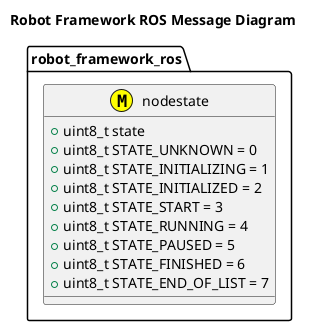
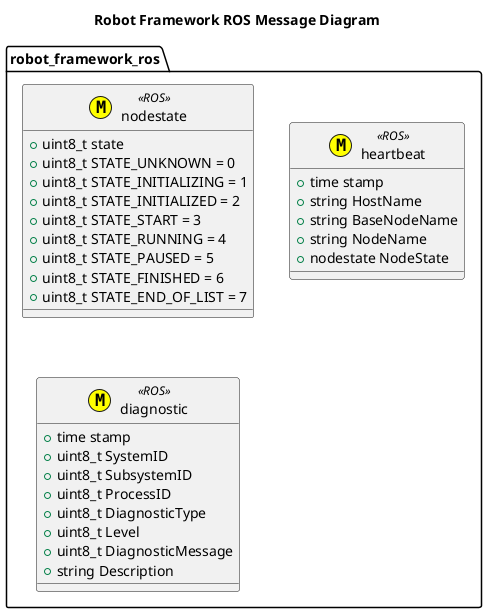
@startuml
title Robot Framework ROS Message Diagram
namespace robot_framework_ros {
-     class nodestate <<(M,#FFFF00)>> {
+     class nodestate <<(M,#FFFF00)>> <<ROS>> {
        +uint8_t state
        +uint8_t STATE_UNKNOWN = 0
        +uint8_t STATE_INITIALIZING = 1
        +uint8_t STATE_INITIALIZED = 2
        +uint8_t STATE_START = 3
        +uint8_t STATE_RUNNING = 4
        +uint8_t STATE_PAUSED = 5
        +uint8_t STATE_FINISHED = 6
        +uint8_t STATE_END_OF_LIST = 7
    }
+     class heartbeat <<(M,#FFFF00)>> <<ROS>> {
+         +time stamp
+         +string HostName
+         +string BaseNodeName
+         +string NodeName
+         +nodestate NodeState
+     }
+     class diagnostic <<(M,#FFFF00)>> <<ROS>> {
+         +time stamp
+         +uint8_t SystemID
+         +uint8_t SubsystemID
+         +uint8_t ProcessID
+         +uint8_t DiagnosticType
+         +uint8_t Level
+         +uint8_t DiagnosticMessage
+         +string Description
+ 
+     }
+ 
}
@enduml